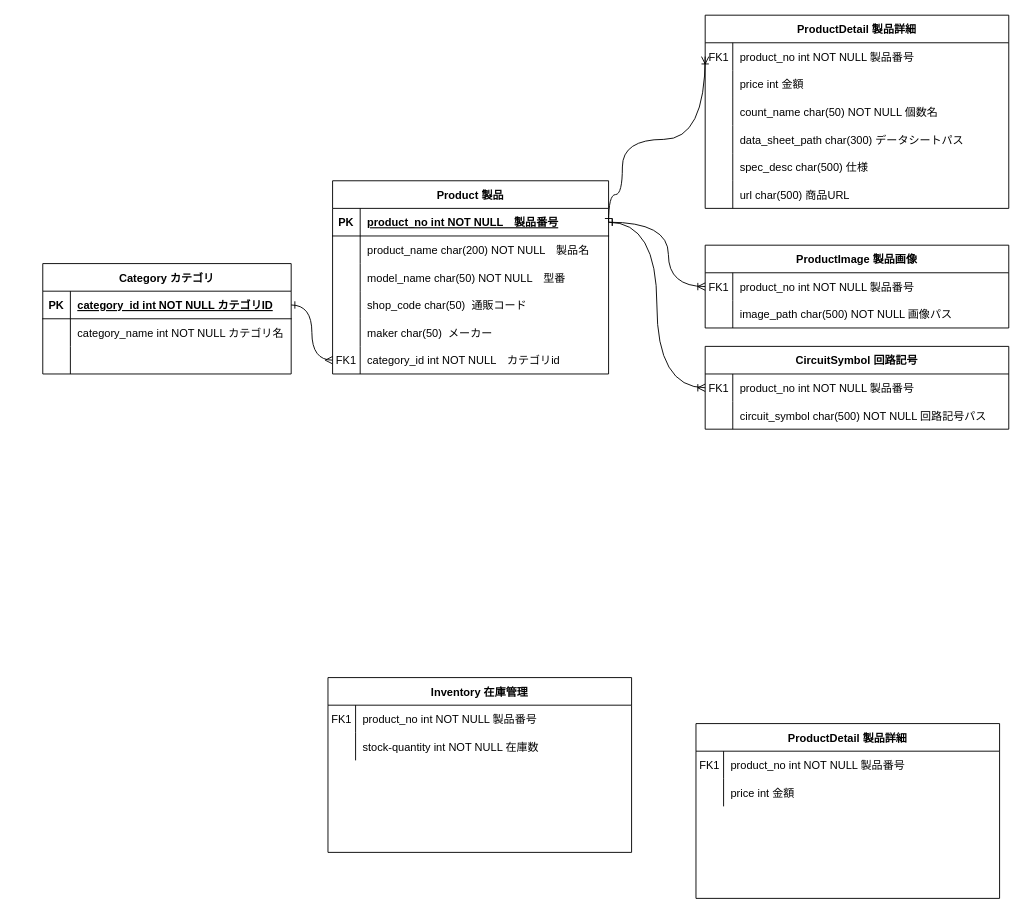
Above: 電子部品管理.drawio in DJ956/Electronic-Parts-Inventory-Management-System (draw.io), before the change. Source tidied: cells renumbered, new cells numbered last; positions are measured from the earlier drawing's top-left corner, leaving out a move shared by most shapes. Both pictures are drawn from the tidied source at 92%, with x=0, y=0 at pixel (42, 15).
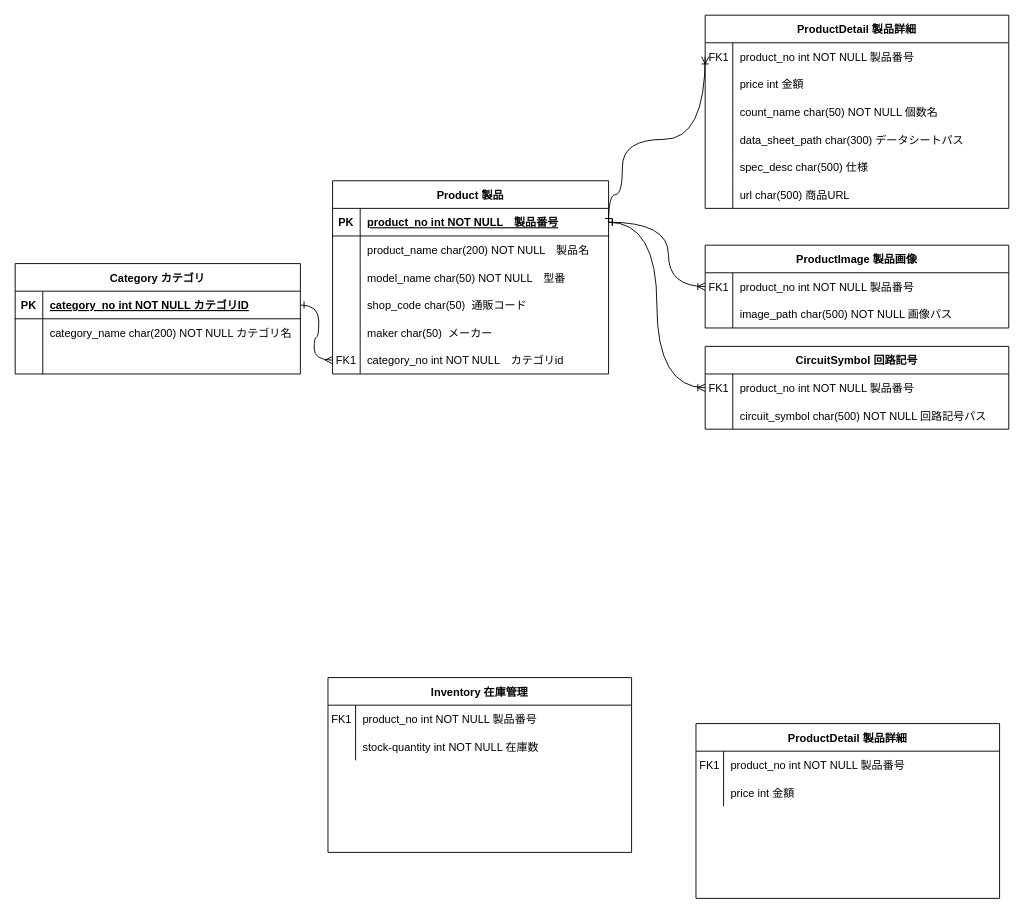
The same page after the edit.

Unchanged cells that the change refers to:
```xml
<mxCell id="18" style="shape=partialRectangle;fillColor=none;points=[[0,0.5],[1,0.5]];portConstraint=eastwest;top=0;left=0;right=0;bottom=0;" parent="2" vertex="1">
  <mxGeometry y="180" width="300" height="30" as="geometry" />
</mxCell>
```

The edit, as a diff of the source:
```diff
@@
-    <mxCell id="20" value="category_id int NOT NULL　カテゴリid" style="shape=partialRectangle;overflow=hidden;fillColor=none;top=0;left=0;bottom=0;right=0;align=left;spacingLeft=6;" parent="18" vertex="1">
+    <mxCell id="20" value="category_no int NOT NULL　カテゴリid" style="shape=partialRectangle;overflow=hidden;fillColor=none;top=0;left=0;bottom=0;right=0;align=left;spacingLeft=6;" parent="18" vertex="1">
       <mxGeometry x="30" width="270" height="30" as="geometry" />
     </mxCell>
     <mxCell id="21" value="Category カテゴリ" style="shape=table;startSize=30;childLayout=tableLayout;rowLines=0;fontStyle=1;align=center;" parent="1" vertex="1">
-      <mxGeometry y="270" width="270" height="120" as="geometry" />
+      <mxGeometry x="-30" y="270" width="310" height="120" as="geometry" />
     </mxCell>
     <mxCell id="22" style="shape=partialRectangle;fillColor=none;points=[[0,0.5],[1,0.5]];portConstraint=eastwest;top=0;left=0;right=0;bottom=1;" parent="21" vertex="1">
-      <mxGeometry y="30" width="270" height="30" as="geometry" />
+      <mxGeometry y="30" width="310" height="30" as="geometry" />
     </mxCell>
@@
-    <mxCell id="24" value="category_id int NOT NULL カテゴリID" style="shape=partialRectangle;overflow=hidden;fillColor=none;top=0;left=0;bottom=0;right=0;align=left;spacingLeft=6;fontStyle=5;" parent="22" vertex="1">
-      <mxGeometry x="30" width="240" height="30" as="geometry" />
+    <mxCell id="24" value="category_no int NOT NULL カテゴリID" style="shape=partialRectangle;overflow=hidden;fillColor=none;top=0;left=0;bottom=0;right=0;align=left;spacingLeft=6;fontStyle=5;" parent="22" vertex="1">
+      <mxGeometry x="30" width="280" height="30" as="geometry" />
     </mxCell>
     <mxCell id="25" style="shape=partialRectangle;fillColor=none;top=0;left=0;right=0;bottom=0;" parent="21" vertex="1">
-      <mxGeometry y="60" width="270" height="30" as="geometry" />
+      <mxGeometry y="60" width="310" height="30" as="geometry" />
     </mxCell>
@@
-    <mxCell id="27" value="category_name int NOT NULL カテゴリ名" style="shape=partialRectangle;overflow=hidden;fillColor=none;top=0;left=0;bottom=0;right=0;align=left;spacingLeft=6;" parent="25" vertex="1">
-      <mxGeometry x="30" width="240" height="30" as="geometry" />
+    <mxCell id="27" value="category_name char(200) NOT NULL カテゴリ名" style="shape=partialRectangle;overflow=hidden;fillColor=none;top=0;left=0;bottom=0;right=0;align=left;spacingLeft=6;" parent="25" vertex="1">
+      <mxGeometry x="30" width="280" height="30" as="geometry" />
     </mxCell>
     <mxCell id="28" style="shape=partialRectangle;fillColor=none;top=0;left=0;right=0;bottom=0;" parent="21" vertex="1">
-      <mxGeometry y="90" width="270" height="30" as="geometry" />
+      <mxGeometry y="90" width="310" height="30" as="geometry" />
     </mxCell>
@@
     <mxCell id="30" style="shape=partialRectangle;overflow=hidden;fillColor=none;top=0;left=0;bottom=0;right=0;align=left;spacingLeft=6;" parent="28" vertex="1">
-      <mxGeometry x="30" width="240" height="30" as="geometry" />
+      <mxGeometry x="30" width="280" height="30" as="geometry" />
     </mxCell>
```
